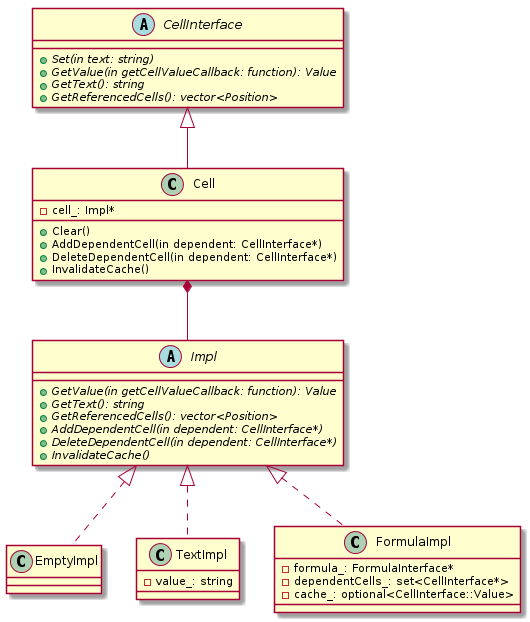
This is uml/png/cell.png from kazarynau/YandexPraktikumFinal, a PlantUML export, as it was before one commit.
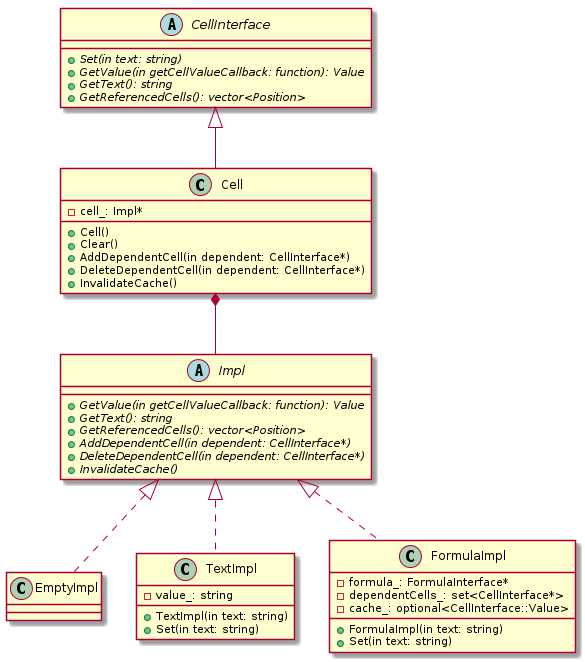
After the change.

The edit, as a diff of the source:
```diff
@@ -13,10 +13,14 @@
 }
 
 class TextImpl {
+    +TextImpl(in text: string)
+    +Set(in text: string)
     -value_: string
 }
 
 class FormulaImpl {
+    +FormulaImpl(in text: string)
+    +Set(in text: string)
     -formula_: FormulaInterface*
     -dependentCells_: set<CellInterface*>
     -cache_: optional<CellInterface::Value>
@@ -35,6 +39,7 @@
 }
 
 class Cell {
+    +Cell()
     +Clear()
     +AddDependentCell(in dependent: CellInterface*)
     +DeleteDependentCell(in dependent: CellInterface*)
```
